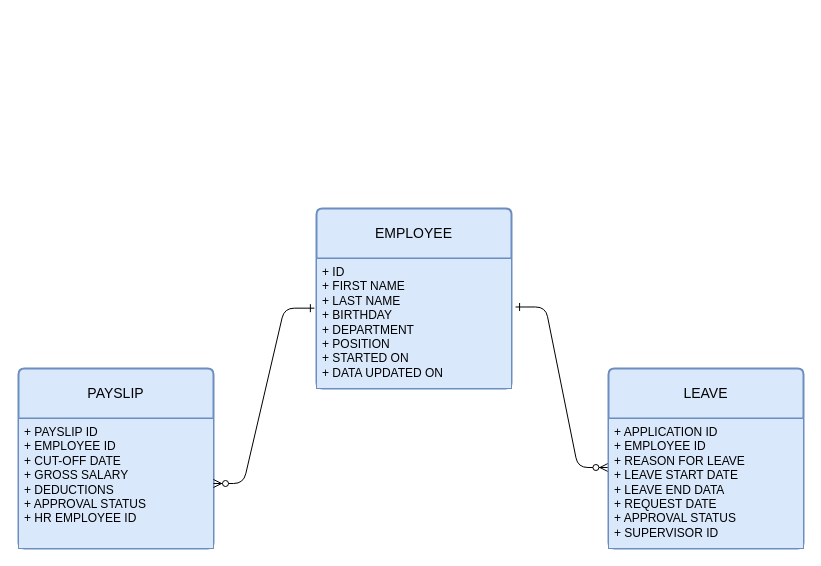
Above: Walang Pamagat na Dayagram.drawio in zephyrstorm123/MO-IT107-Worksheet3-ERD (draw.io), before the change. Source tidied: cells renumbered, new cells numbered last; positions are measured from the earlier drawing's top-left corner, leaving out a move shared by most shapes. Both pictures are drawn from the tidied source at 100%, with x=0, y=0 at pixel (18, 208).
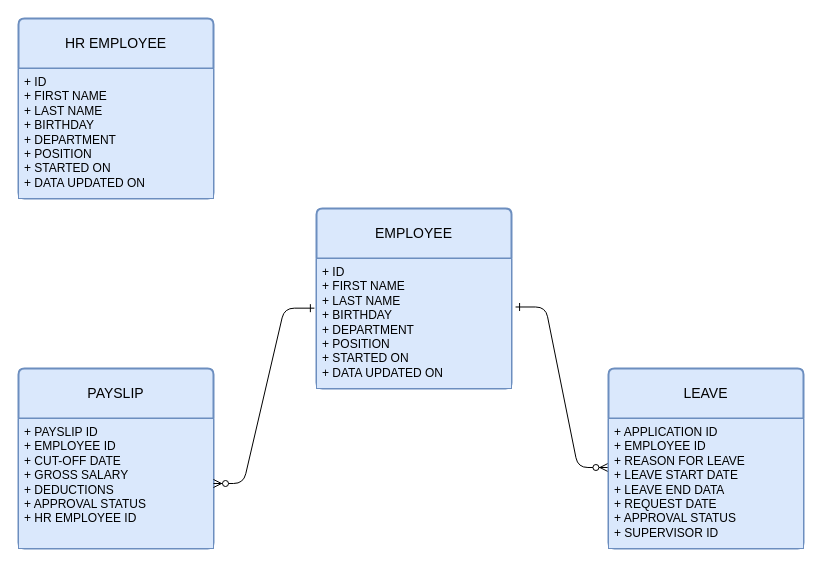
After the change.

Change to the diagram source:
```diff
@@
 <mxGraphModel>
   <root>
     <mxCell id="0" />
     <mxCell id="1" parent="0" />
     <mxCell id="2" style="edgeStyle=entityRelationEdgeStyle;endArrow=ERzeroToMany;startArrow=ERone;endFill=1;startFill=0;entryX=-0.003;entryY=0.377;entryDx=0;entryDy=0;entryPerimeter=0;exitX=1.021;exitY=0.373;exitDx=0;exitDy=0;exitPerimeter=0;" parent="1" edge="1" source="4" target="6">
       <mxGeometry relative="1" as="geometry" />
     </mxCell>
     <mxCell id="3" value="EMPLOYEE" style="swimlane;horizontal=1;startSize=50;rounded=1;fontSize=14;fontStyle=0;strokeWidth=2;shadow=0;dashed=0;align=center;arcSize=4;whiteSpace=wrap;html=1;fillColor=#dae8fc;strokeColor=#6c8ebf;" parent="1" vertex="1">
       <mxGeometry x="298" width="195" height="180" as="geometry" />
     </mxCell>
     <mxCell id="4" value="+ ID&lt;br&gt;+ FIRST NAME&lt;br&gt;+ LAST NAME&lt;br&gt;+ BIRTHDAY&lt;br&gt;+ DEPARTMENT&lt;br&gt;+ POSITION&lt;br&gt;+ STARTED ON&lt;br&gt;+ DATA UPDATED ON" style="align=left;strokeColor=#6c8ebf;fillColor=#dae8fc;spacingLeft=4;fontSize=12;verticalAlign=top;html=1;" parent="3" vertex="1">
       <mxGeometry y="50" width="195" height="130" as="geometry" />
     </mxCell>
     <mxCell id="5" value="LEAVE" style="swimlane;horizontal=1;startSize=50;rounded=1;fontSize=14;fontStyle=0;strokeWidth=2;shadow=0;dashed=0;align=center;arcSize=4;whiteSpace=wrap;html=1;fillColor=#dae8fc;strokeColor=#6c8ebf;" parent="1" vertex="1">
       <mxGeometry x="590" y="160" width="195" height="180" as="geometry" />
     </mxCell>
     <mxCell id="6" value="+ APPLICATION ID&lt;br&gt;+ EMPLOYEE ID&lt;br&gt;+ REASON FOR LEAVE&lt;br&gt;+ LEAVE START DATE&lt;br&gt;+ LEAVE END DATA&lt;br&gt;+ REQUEST DATE&lt;br&gt;+ APPROVAL STATUS&lt;br&gt;+ SUPERVISOR ID" style="align=left;strokeColor=#6c8ebf;fillColor=#dae8fc;spacingLeft=4;fontSize=12;verticalAlign=top;html=1;" parent="5" vertex="1">
       <mxGeometry y="50" width="195" height="130" as="geometry" />
     </mxCell>
     <mxCell id="7" value="PAYSLIP" style="swimlane;horizontal=1;startSize=50;rounded=1;fontSize=14;fontStyle=0;strokeWidth=2;shadow=0;dashed=0;align=center;arcSize=4;whiteSpace=wrap;html=1;fillColor=#dae8fc;strokeColor=#6c8ebf;" parent="1" vertex="1">
       <mxGeometry y="160" width="195" height="180" as="geometry" />
     </mxCell>
     <mxCell id="8" value="+ PAYSLIP ID&lt;br&gt;+ EMPLOYEE ID&lt;br&gt;+ CUT-OFF DATE&lt;br&gt;+ GROSS SALARY&lt;br&gt;+ DEDUCTIONS&lt;br&gt;+ APPROVAL STATUS&lt;br&gt;+ HR EMPLOYEE ID" style="align=left;strokeColor=#6c8ebf;fillColor=#dae8fc;spacingLeft=4;fontSize=12;verticalAlign=top;html=1;" parent="7" vertex="1">
       <mxGeometry y="50" width="195" height="130" as="geometry" />
     </mxCell>
     <mxCell id="9" style="edgeStyle=entityRelationEdgeStyle;endArrow=ERzeroToMany;startArrow=ERone;endFill=1;startFill=0;exitX=-0.011;exitY=0.382;exitDx=0;exitDy=0;exitPerimeter=0;" parent="1" edge="1" source="4" target="8">
       <mxGeometry relative="1" as="geometry">
         <Array as="points">
           <mxPoint x="300" y="90" />
         </Array>
       </mxGeometry>
     </mxCell>
+    <mxCell id="10" value="HR EMPLOYEE" style="swimlane;horizontal=1;startSize=50;rounded=1;fontSize=14;fontStyle=0;strokeWidth=2;shadow=0;dashed=0;align=center;arcSize=4;whiteSpace=wrap;html=1;fillColor=#dae8fc;strokeColor=#6c8ebf;" parent="1" vertex="1">
+      <mxGeometry y="-190" width="195" height="180" as="geometry" />
+    </mxCell>
+    <mxCell id="11" value="+ ID&lt;br&gt;+ FIRST NAME&lt;br&gt;+ LAST NAME&lt;br&gt;+ BIRTHDAY&lt;br&gt;+ DEPARTMENT&lt;br&gt;+ POSITION&lt;br&gt;+ STARTED ON&lt;br&gt;+ DATA UPDATED ON" style="align=left;strokeColor=#6c8ebf;fillColor=#dae8fc;spacingLeft=4;fontSize=12;verticalAlign=top;html=1;" parent="10" vertex="1">
+      <mxGeometry y="50" width="195" height="130" as="geometry" />
+    </mxCell>
   </root>
 </mxGraphModel>
```
